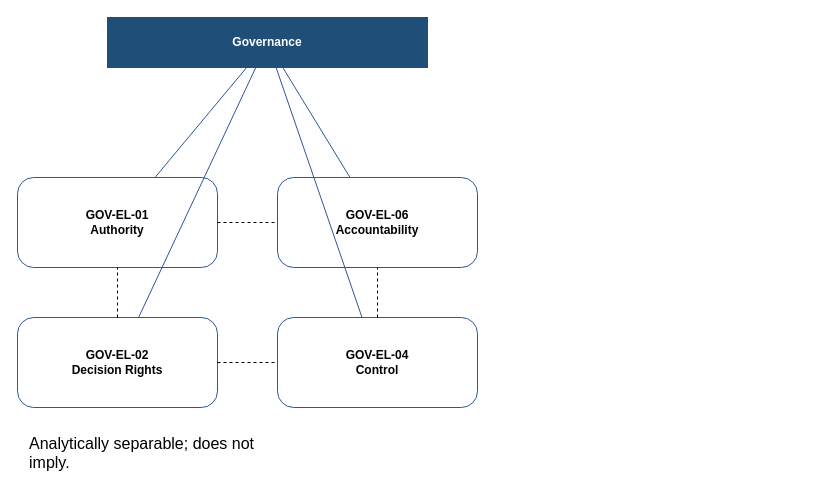
Earlier version of the draw.io diagram ontology/vNext/core-extension/governance/diagrams/GOVERNANCE-L1-STRUCTURE.drawio (perryjmcleod/repac-ontology). Source tidied: cells renumbered, new cells numbered last; positions are measured from the earlier drawing's top-left corner, leaving out a move shared by most shapes. Both pictures are drawn from the tidied source at 100%, with x=0, y=0 at pixel (17, 17).
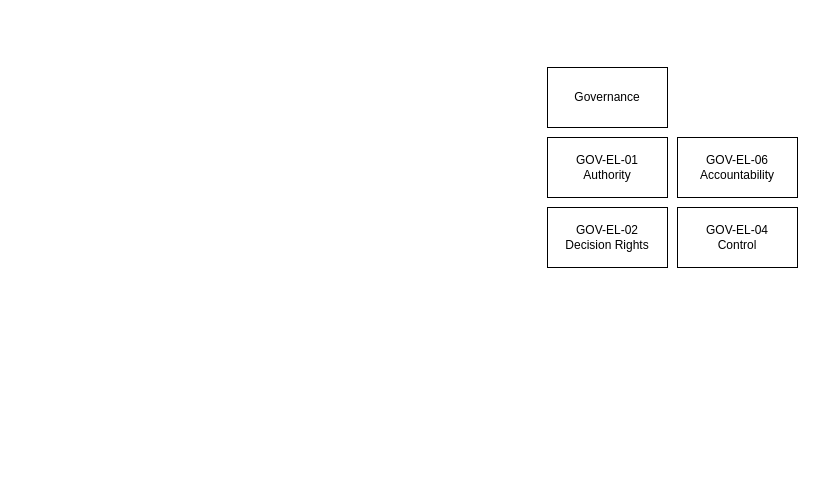
Above is the later version.

Commit message (it also covers changes not shown here):
Diagram languagee changes to GOVERNANCE-L1-STRUCTURE

The edit, as a diff of the source:
```diff
@@
 <mxGraphModel>
   <root>
     <mxCell id="0" />
     <mxCell id="1" parent="0" />
-    <mxCell id="2" value="Governance" style="rounded=0;whiteSpace=wrap;html=1;fillColor=#1F4E79;fontColor=#FFFFFF;strokeColor=#1F4E79;align=center;verticalAlign=middle;fontStyle=1;" parent="1" vertex="1">
-      <mxGeometry x="90" width="320" height="50" as="geometry" />
+    <mxCell id="2" value="Governance" style="rounded=0;whiteSpace=wrap;html=1;" parent="1" vertex="1">
+      <mxGeometry x="530" y="50" width="120" height="60" as="geometry" />
     </mxCell>
-    <mxCell id="3" value="&lt;div&gt;GOV-EL-01&lt;/div&gt;&lt;div&gt;Authority&lt;/div&gt;" style="rounded=1;whiteSpace=wrap;html=1;arcSize=18;fillColor=#FFFFFF;strokeColor=#2F5597;align=center;verticalAlign=middle;fontStyle=1;" parent="1" vertex="1">
-      <mxGeometry y="160" width="200" height="90" as="geometry" />
+    <mxCell id="3" value="&lt;div&gt;GOV-EL-01&lt;/div&gt;&lt;div&gt;Authority&lt;/div&gt;" style="rounded=0;whiteSpace=wrap;html=1;" parent="1" vertex="1">
+      <mxGeometry x="530" y="120" width="120" height="60" as="geometry" />
     </mxCell>
-    <mxCell id="4" value="&lt;div&gt;GOV-EL-02&lt;/div&gt;&lt;div&gt;Decision Rights&lt;/div&gt;" style="rounded=1;whiteSpace=wrap;html=1;arcSize=18;fillColor=#FFFFFF;strokeColor=#2F5597;align=center;verticalAlign=middle;fontStyle=1;" parent="1" vertex="1">
-      <mxGeometry y="300" width="200" height="90" as="geometry" />
+    <mxCell id="4" value="&lt;div&gt;GOV-EL-02&lt;/div&gt;&lt;div&gt;Decision Rights&lt;/div&gt;" style="rounded=0;whiteSpace=wrap;html=1;" parent="1" vertex="1">
+      <mxGeometry x="530" y="190" width="120" height="60" as="geometry" />
     </mxCell>
+    <mxCell id="6" value="&lt;div&gt;GOV-EL-06&lt;/div&gt;&lt;div&gt;Accountability&lt;/div&gt;" style="rounded=0;whiteSpace=wrap;html=1;" parent="1" vertex="1">
+      <mxGeometry x="660" y="120" width="120" height="60" as="geometry" />
+    </mxCell>
-    <mxCell id="5" value="&lt;div&gt;GOV-EL-04&lt;/div&gt;&lt;div&gt;Control&lt;/div&gt;" style="rounded=1;whiteSpace=wrap;html=1;arcSize=18;fillColor=#FFFFFF;strokeColor=#2F5597;align=center;verticalAlign=middle;fontStyle=1;" parent="1" vertex="1">
-      <mxGeometry x="260" y="300" width="200" height="90" as="geometry" />
+    <mxCell id="5" value="&lt;div&gt;GOV-EL-04&lt;/div&gt;&lt;div&gt;Control&lt;/div&gt;" style="rounded=0;whiteSpace=wrap;html=1;" parent="1" vertex="1">
+      <mxGeometry x="660" y="190" width="120" height="60" as="geometry" />
     </mxCell>
-    <mxCell id="6" value="&lt;div&gt;GOV-EL-06&lt;/div&gt;&lt;div&gt;Accountability&lt;/div&gt;" style="rounded=1;whiteSpace=wrap;html=1;arcSize=18;fillColor=#FFFFFF;strokeColor=#2F5597;align=center;verticalAlign=middle;fontStyle=1;" parent="1" vertex="1">
-      <mxGeometry x="260" y="160" width="200" height="90" as="geometry" />
-    </mxCell>
-    <mxCell id="7" style="endArrow=none;startArrow=none;html=1;strokeColor=#2F5597;rounded=0;" parent="1" edge="1" source="2" target="3">
-      <mxGeometry relative="1" as="geometry" />
-    </mxCell>
-    <mxCell id="8" style="endArrow=none;startArrow=none;html=1;strokeColor=#2F5597;rounded=0;" parent="1" edge="1" source="2" target="4">
-      <mxGeometry relative="1" as="geometry" />
-    </mxCell>
-    <mxCell id="9" style="endArrow=none;startArrow=none;html=1;strokeColor=#2F5597;rounded=0;" parent="1" edge="1" source="2" target="5">
-      <mxGeometry relative="1" as="geometry" />
-    </mxCell>
-    <mxCell id="10" style="endArrow=none;startArrow=none;html=1;strokeColor=#2F5597;rounded=0;" parent="1" edge="1" source="2" target="6">
-      <mxGeometry relative="1" as="geometry" />
-    </mxCell>
-    <mxCell id="11" style="endArrow=none;dashed=1;html=1;rounded=0;entryX=0.5;entryY=1;entryDx=0;entryDy=0;" parent="1" edge="1" source="4" target="3">
-      <mxGeometry relative="1" as="geometry" />
-    </mxCell>
-    <mxCell id="12" style="endArrow=none;dashed=1;html=1;rounded=0;entryX=0;entryY=0.5;entryDx=0;entryDy=0;exitX=1;exitY=0.5;exitDx=0;exitDy=0;" parent="1" edge="1" source="4" target="5">
-      <mxGeometry relative="1" as="geometry" />
-    </mxCell>
-    <mxCell id="13" style="endArrow=none;dashed=1;html=1;rounded=0;entryX=0.5;entryY=1;entryDx=0;entryDy=0;exitX=0.5;exitY=0;exitDx=0;exitDy=0;" parent="1" edge="1" source="5" target="6">
-      <mxGeometry relative="1" as="geometry" />
-    </mxCell>
-    <mxCell id="14" style="endArrow=none;dashed=1;html=1;rounded=0;exitX=1;exitY=0.5;exitDx=0;exitDy=0;entryX=0;entryY=0.5;entryDx=0;entryDy=0;" parent="1" edge="1" source="3" target="6">
-      <mxGeometry relative="1" as="geometry" />
-    </mxCell>
-    <mxCell id="15" value="&lt;span style=&quot;caret-color: rgb(0, 0, 0); color: rgb(0, 0, 0); font-family: -webkit-standard; font-size: medium; font-style: normal; font-variant-caps: normal; font-weight: 400; letter-spacing: normal; orphans: 2; text-align: start; text-indent: 0px; text-transform: none; white-space: normal; widows: 2; word-spacing: 0px; -webkit-text-stroke-width: 0px; text-decoration: none; display: inline !important; float: none;&quot;&gt;Analytically separable; does not imply.&lt;/span&gt;" style="text;whiteSpace=wrap;html=1;" parent="1" vertex="1">
-      <mxGeometry x="10" y="410" width="260" height="40" as="geometry" />
-    </mxCell>
   </root>
 </mxGraphModel>
```
